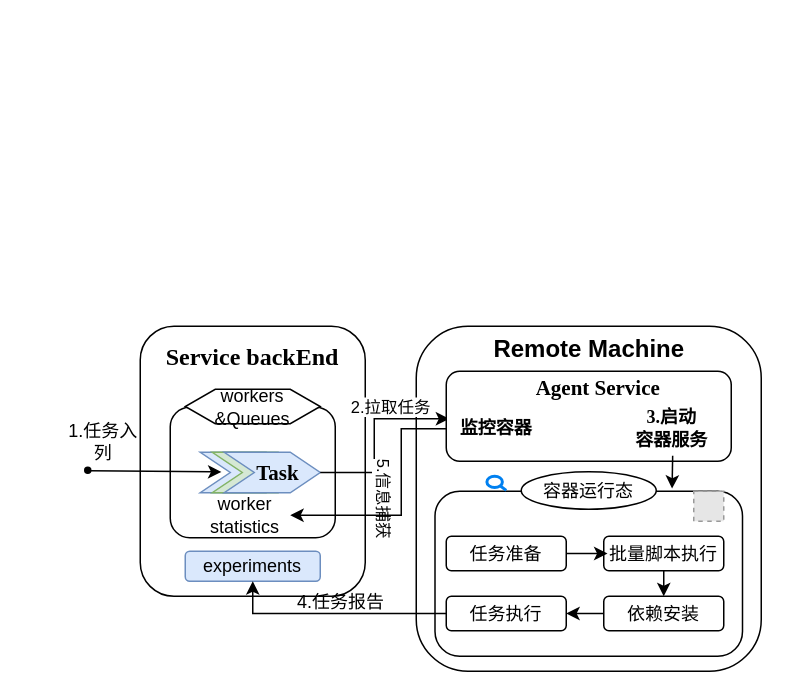
Earlier version of the draw.io diagram page "第 3 页" (3 of 3) of clearml架构.drawio (paleblackless/diagrams). Source tidied: cells renumbered, new cells numbered last; positions are measured from the earlier drawing's top-left corner, leaving out a move shared by most shapes. Both pictures are drawn from the tidied source at 150%, with x=0, y=0 at pixel (26, 26). Pictures stored in the file or linked from it are replaced by grey dashed boxes.
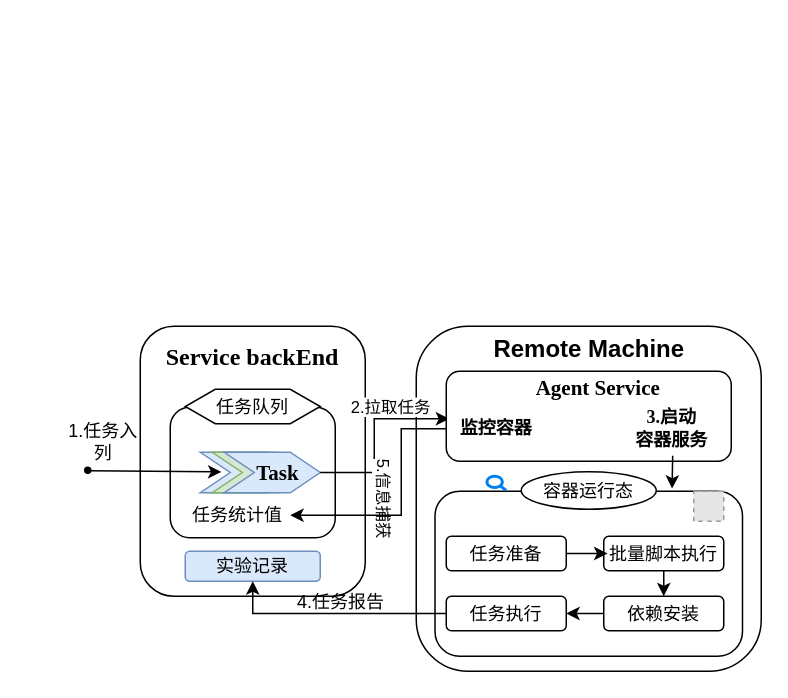
The same page after the edit.

Unchanged cells that the change refers to:
```xml
<mxCell id="4" style="group;" parent="1" vertex="1">
  <mxGeometry x="16" y="200" width="216" height="180" as="geometry" />
</mxCell>
<mxCell id="7" style="group;" parent="4" vertex="1">
  <mxGeometry x="80" y="41" width="110" height="100" as="geometry" />
</mxCell>
```

Diff of the diagram source:
```diff
@@
     <mxCell id="3" style="ellipse;whiteSpace=wrap;html=1;" parent="1" vertex="1">
-      <mxGeometry as="geometry" />
+      <mxGeometry y="180" as="geometry" />
     </mxCell>
@@
-    <mxCell id="16" value="&lt;font style=&quot;font-size: 12px;&quot;&gt;workers &amp;amp;Queues&lt;/font&gt;" style="shape=hexagon;perimeter=hexagonPerimeter2;whiteSpace=wrap;html=1;fixedSize=1;" parent="7" vertex="1">
+    <mxCell id="16" value="任务队列" style="shape=hexagon;perimeter=hexagonPerimeter2;whiteSpace=wrap;html=1;fixedSize=1;" parent="7" vertex="1">
       <mxGeometry x="10" y="1" width="90" height="23" as="geometry" />
     </mxCell>
-    <mxCell id="17" value="worker statistics" style="rounded=1;whiteSpace=wrap;html=1;strokeColor=none;fillColor=none;" parent="7" vertex="1">
-      <mxGeometry x="20" y="70" width="60" height="30" as="geometry" />
+    <mxCell id="17" value="任务统计值" style="rounded=1;whiteSpace=wrap;html=1;strokeColor=none;fillColor=none;" parent="7" vertex="1">
+      <mxGeometry x="10" y="70" width="70" height="30" as="geometry" />
     </mxCell>
-    <mxCell id="18" value="experiments" style="rounded=1;whiteSpace=wrap;html=1;fillColor=#dae8fc;strokeColor=#6c8ebf;" parent="4" vertex="1">
+    <mxCell id="18" value="实验记录" style="rounded=1;whiteSpace=wrap;html=1;fillColor=#dae8fc;strokeColor=#6c8ebf;" parent="4" vertex="1">
       <mxGeometry x="90" y="150" width="90" height="20" as="geometry" />
     </mxCell>
```
